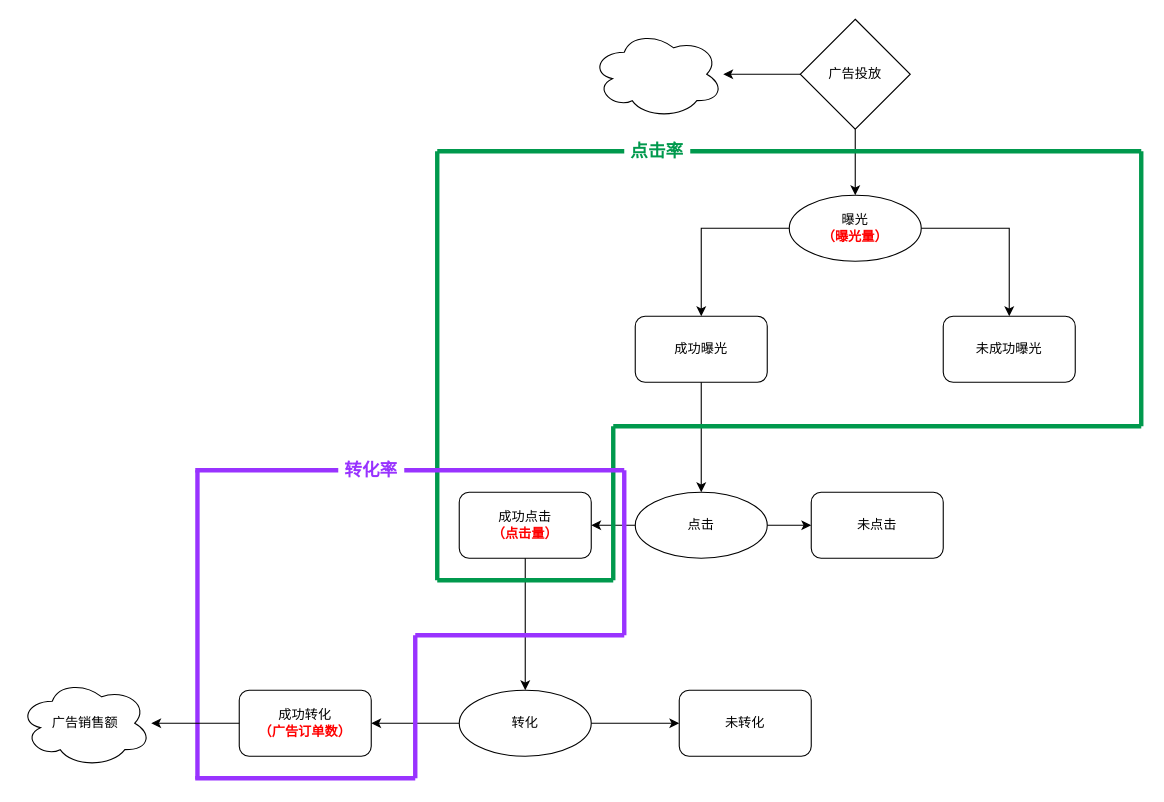
Earlier version of the draw.io diagram Untitled Diagram.drawio (onesakura/chinese-poetry). Source tidied: cells renumbered, new cells numbered last; positions are measured from the earlier drawing's top-left corner, leaving out a move shared by most shapes. Both pictures are drawn from the tidied source at 110%, with x=0, y=0 at pixel (19, 19).
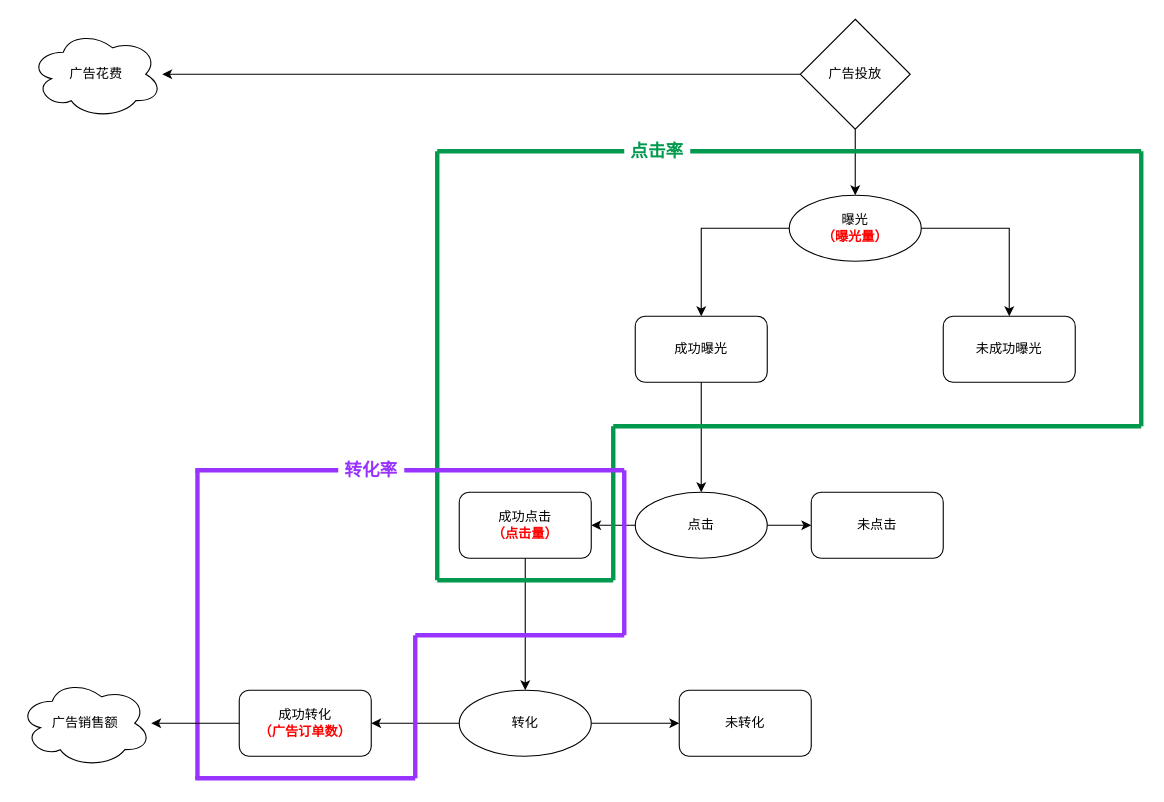
Above is the later version.

Commit message:
广告指标分析.drawio

Change to the diagram source:
```diff
@@
-    <mxCell id="41" style="ellipse;shape=cloud;whiteSpace=wrap;html=1;" parent="1" vertex="1">
-      <mxGeometry x="520" y="10" width="120" height="80" as="geometry" />
+    <mxCell id="41" value="广告花费" style="ellipse;shape=cloud;whiteSpace=wrap;html=1;" parent="1" vertex="1">
+      <mxGeometry x="10" y="10" width="120" height="80" as="geometry" />
     </mxCell>
```
